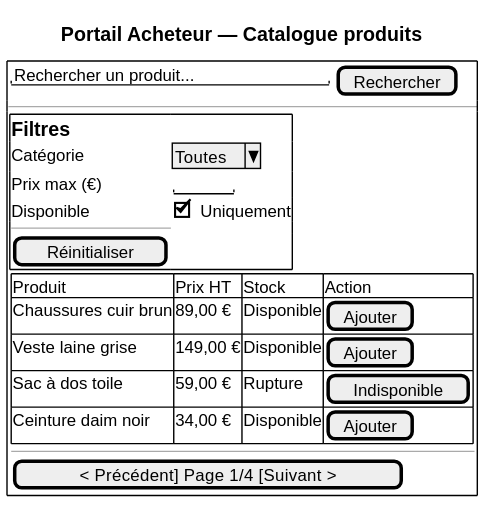
Above: architecture/04-physical-architecture/diagrams/ihm-pa-catalogue.svg in louistalvande/online_shop (PlantUML), before the change.
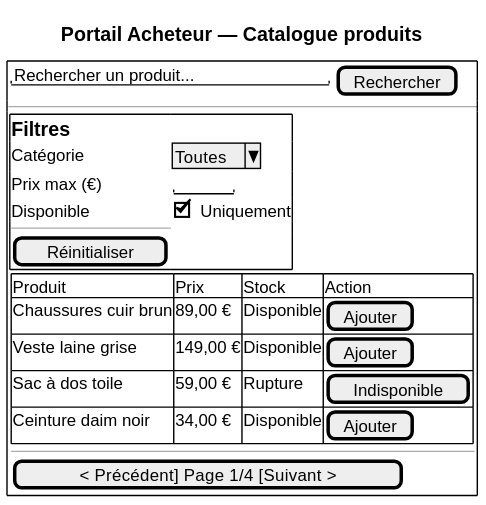
Later version of the same file.

Diff of the diagram source:
```diff
@@ -18,7 +18,7 @@
     |
     {
       {#
-        Produit                  | Prix HT | Stock      | Action
+        Produit                  | Prix    | Stock      | Action
         Chaussures cuir brun     | 89,00 € | Disponible | [Ajouter]
         Veste laine grise        | 149,00 €| Disponible | [Ajouter]
         Sac à dos toile          | 59,00 € | Rupture    | [Indisponible]
```
